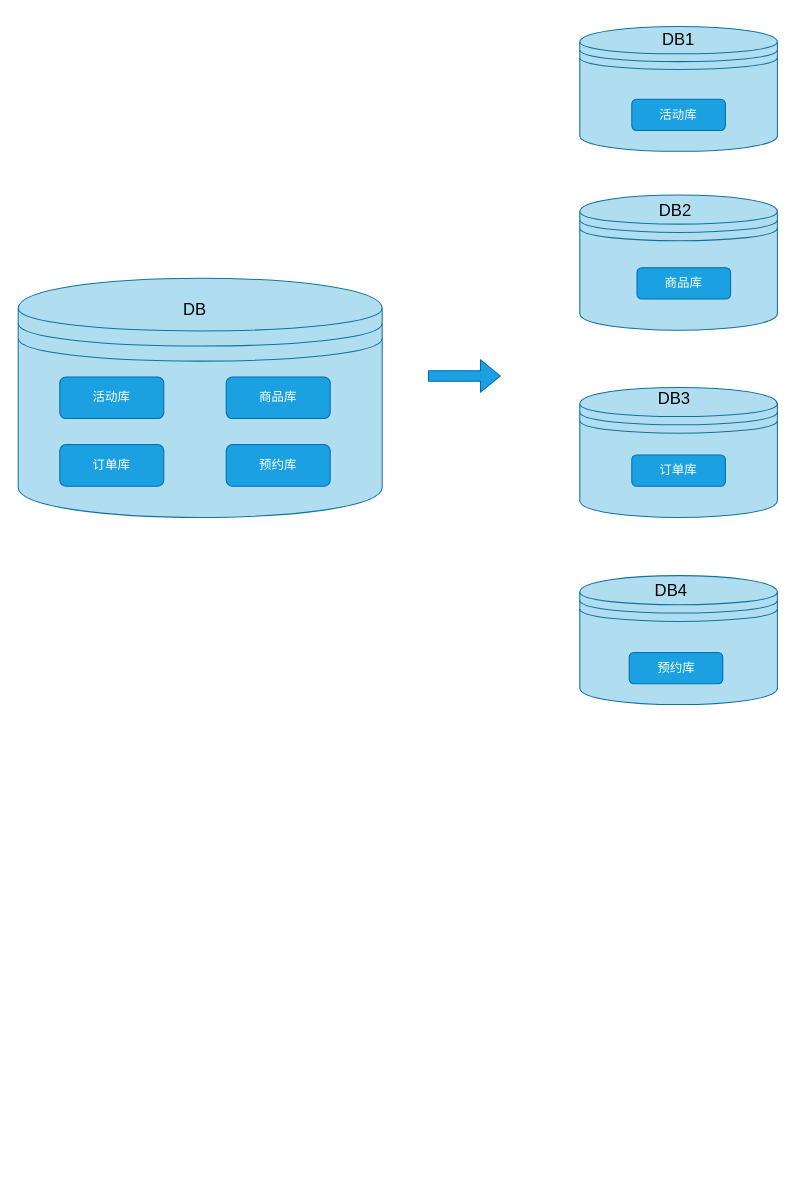
zhenjie-chen/diagrams keeps this draw.io diagram as MySQL/只分库不分表.drawio. Above is the earlier version. Source tidied: cells renumbered, new cells numbered last; positions are measured from the earlier drawing's top-left corner, leaving out a move shared by most shapes. Both pictures are drawn from the tidied source at 104%, with x=0, y=0 at pixel (18, 18).
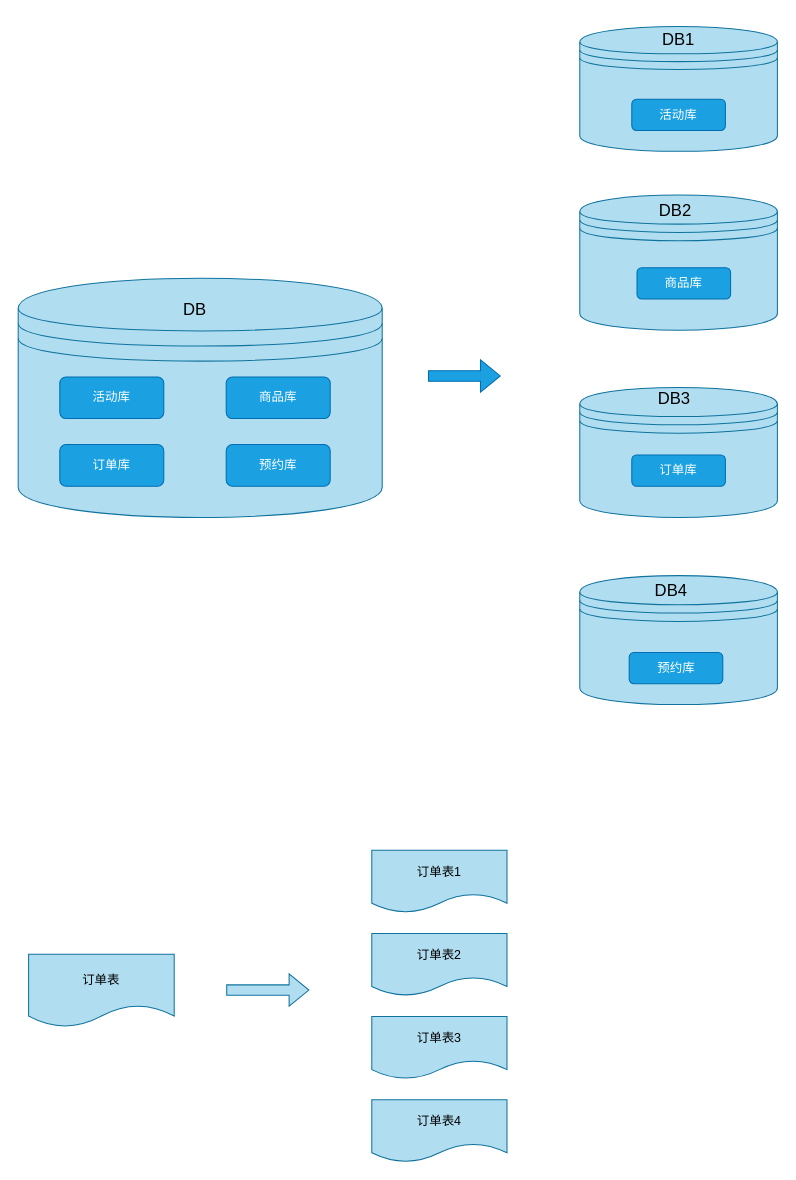
After the change.

Commit message (it also covers changes not shown here):
更新只分库不分表.drawio

Diff of the diagram source:
```diff
@@
+    <mxCell id="21" value="订单表" style="shape=document;whiteSpace=wrap;html=1;boundedLbl=1;fillColor=#b1ddf0;strokeColor=#10739e;" parent="1" vertex="1">
+      <mxGeometry x="10" y="900" width="140" height="70" as="geometry" />
+    </mxCell>
+    <mxCell id="22" style="shape=flexArrow;endArrow=classic;html=1;rounded=0;fillColor=#b1ddf0;strokeColor=#10739e;" parent="1" edge="1">
+      <mxGeometry relative="1" as="geometry">
+        <mxPoint x="200" y="934.5" as="sourcePoint" />
+        <mxPoint x="280" y="934.5" as="targetPoint" />
+      </mxGeometry>
+    </mxCell>
+    <mxCell id="23" value="订单表1" style="shape=document;whiteSpace=wrap;html=1;boundedLbl=1;fillColor=#b1ddf0;strokeColor=#10739e;" parent="1" vertex="1">
+      <mxGeometry x="340" y="800" width="130" height="60" as="geometry" />
+    </mxCell>
+    <mxCell id="24" value="订单表3" style="shape=document;whiteSpace=wrap;html=1;boundedLbl=1;fillColor=#b1ddf0;strokeColor=#10739e;" parent="1" vertex="1">
+      <mxGeometry x="340" y="960" width="130" height="60" as="geometry" />
+    </mxCell>
+    <mxCell id="25" value="订单表2" style="shape=document;whiteSpace=wrap;html=1;boundedLbl=1;fillColor=#b1ddf0;strokeColor=#10739e;" parent="1" vertex="1">
+      <mxGeometry x="340" y="880" width="130" height="60" as="geometry" />
+    </mxCell>
+    <mxCell id="26" value="订单表4" style="shape=document;whiteSpace=wrap;html=1;boundedLbl=1;fillColor=#b1ddf0;strokeColor=#10739e;" parent="1" vertex="1">
+      <mxGeometry x="340" y="1040" width="130" height="60" as="geometry" />
+    </mxCell>
```
